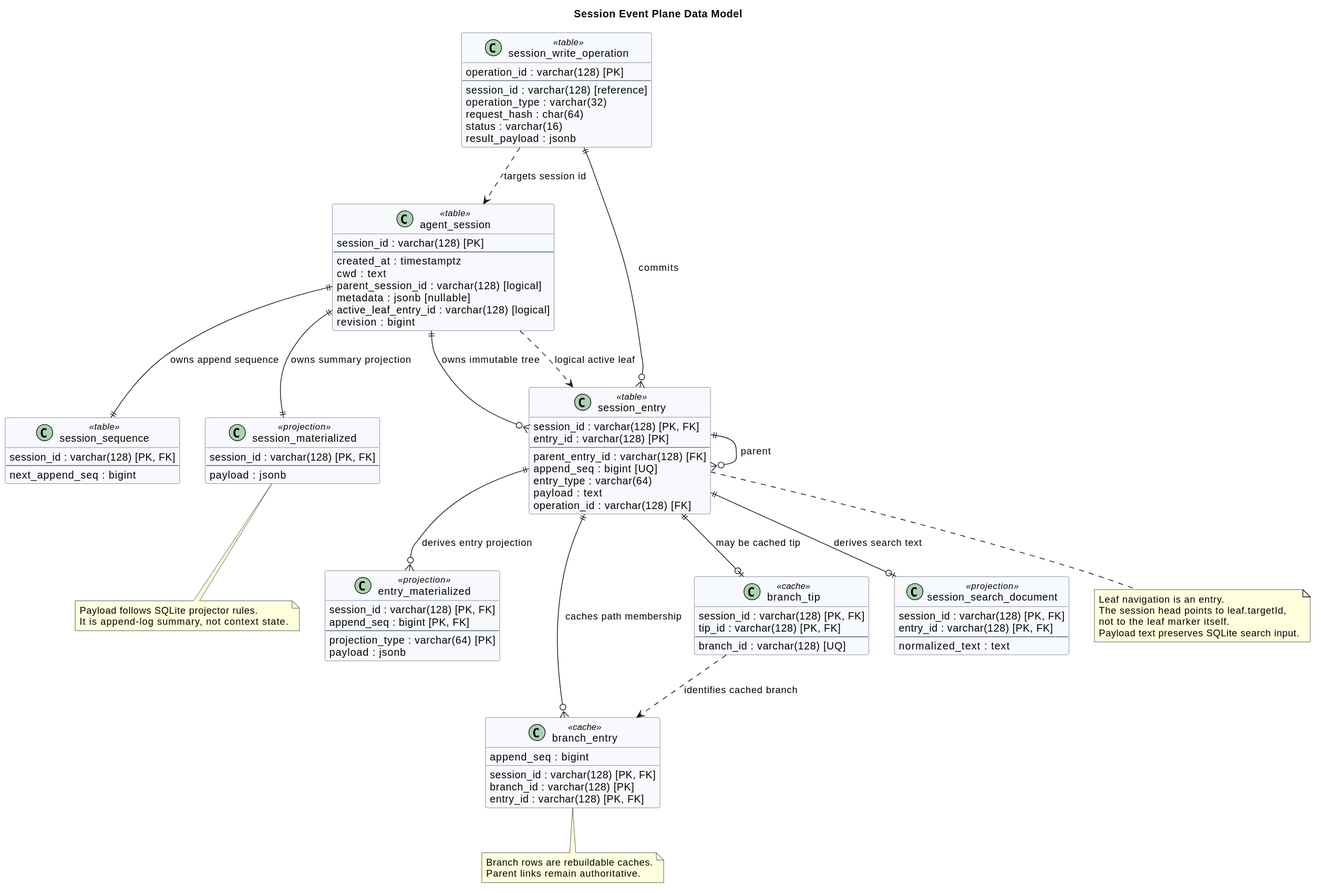
This is diagrams/memory/memory-data-model.svg from superheromeZzh/pi-mono-java-design, a PlantUML export, as it was before one commit.
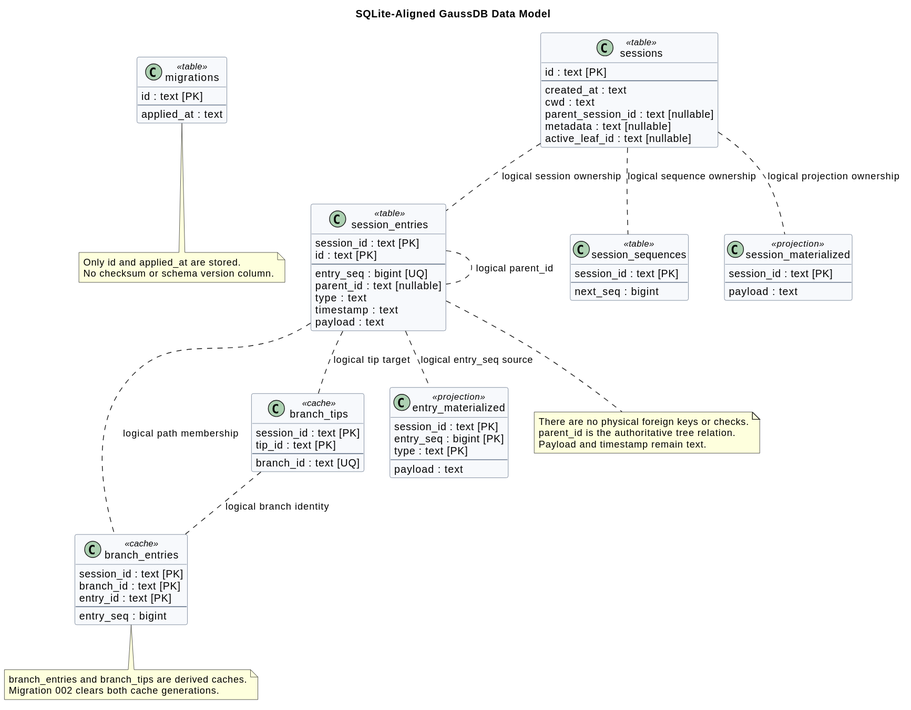
Later version of the same file.

Commit message:
docs(memory): match GaussDB schema to SQLite

Diff of the diagram source:
```diff
@@ -1,5 +1,5 @@
 @startuml
-title Session Event Plane Data Model
+title SQLite-Aligned GaussDB Data Model
 top to bottom direction
 
 skinparam backgroundColor #FFFFFF
@@ -9,106 +9,90 @@
 skinparam classBackgroundColor #F7F9FC
 
 
-class "agent_session" as agent_session <<table>> {
-  session_id : varchar(128) [PK]
+class "migrations" as migrations <<table>> {
+  id : text [PK]
   --
-  created_at : timestamptz
-  cwd : text
-  parent_session_id : varchar(128) [logical]
-  metadata : jsonb [nullable]
-  active_leaf_entry_id : varchar(128) [logical]
-  revision : bigint
+  applied_at : text
 }
 
-class "session_sequence" as session_sequence <<table>> {
-  session_id : varchar(128) [PK, FK]
+class "sessions" as sessions <<table>> {
+  id : text [PK]
   --
-  next_append_seq : bigint
+  created_at : text
+  cwd : text
+  parent_session_id : text [nullable]
+  metadata : text [nullable]
+  active_leaf_id : text [nullable]
+}
+
+class "session_entries" as session_entries <<table>> {
+  session_id : text [PK]
+  id : text [PK]
+  --
+  entry_seq : bigint [UQ]
+  parent_id : text [nullable]
+  type : text
+  timestamp : text
+  payload : text
+}
+
+class "session_sequences" as session_sequences <<table>> {
+  session_id : text [PK]
+  --
+  next_seq : bigint
+}
+
+class "branch_entries" as branch_entries <<cache>> {
+  session_id : text [PK]
+  branch_id : text [PK]
+  entry_id : text [PK]
+  --
+  entry_seq : bigint
+}
+
+class "branch_tips" as branch_tips <<cache>> {
+  session_id : text [PK]
+  tip_id : text [PK]
+  --
+  branch_id : text [UQ]
 }
 
 class "session_materialized" as session_materialized <<projection>> {
-  session_id : varchar(128) [PK, FK]
+  session_id : text [PK]
   --
-  payload : jsonb
-}
-
-class "session_entry" as session_entry <<table>> {
-  session_id : varchar(128) [PK, FK]
-  entry_id : varchar(128) [PK]
-  --
-  parent_entry_id : varchar(128) [FK]
-  append_seq : bigint [UQ]
-  entry_type : varchar(64)
   payload : text
-  operation_id : varchar(128) [FK]
-}
-
-class "session_write_operation" as write_operation <<table>> {
-  operation_id : varchar(128) [PK]
-  --
-  session_id : varchar(128) [reference]
-  operation_type : varchar(32)
-  request_hash : char(64)
-  status : varchar(16)
-  result_payload : jsonb
 }
 
 class "entry_materialized" as entry_materialized <<projection>> {
-  session_id : varchar(128) [PK, FK]
-  append_seq : bigint [PK, FK]
+  session_id : text [PK]
+  entry_seq : bigint [PK]
+  type : text [PK]
   --
-  projection_type : varchar(64) [PK]
-  payload : jsonb
+  payload : text
 }
 
-class "branch_entry" as branch_entry <<cache>> {
-  session_id : varchar(128) [PK, FK]
-  branch_id : varchar(128) [PK]
-  entry_id : varchar(128) [PK, FK]
-  append_seq : bigint
-}
+sessions .. session_entries : logical session ownership
+sessions .. session_sequences : logical sequence ownership
+sessions .. session_materialized : logical projection ownership
+session_entries .. session_entries : logical parent_id
+session_entries .. entry_materialized : logical entry_seq source
+session_entries .. branch_entries : logical path membership
+session_entries .. branch_tips : logical tip target
+branch_tips .. branch_entries : logical branch identity
 
-class "branch_tip" as branch_tip <<cache>> {
-  session_id : varchar(128) [PK, FK]
-  tip_id : varchar(128) [PK, FK]
-  --
-  branch_id : varchar(128) [UQ]
-}
-
-class "session_search_document" as search_document <<projection>> {
-  session_id : varchar(128) [PK, FK]
-  entry_id : varchar(128) [PK, FK]
-  --
-  normalized_text : text
-}
-
-agent_session ||--|| session_sequence : owns append sequence
-agent_session ||--|| session_materialized : owns summary projection
-agent_session ||--o{ session_entry : owns immutable tree
-write_operation ..> agent_session : targets session id
-session_entry ||--o{ session_entry : parent
-write_operation ||--o{ session_entry : commits
-session_entry ||--o{ entry_materialized : derives entry projection
-session_entry ||--o{ branch_entry : caches path membership
-session_entry ||--o| branch_tip : may be cached tip
-session_entry ||--o| search_document : derives search text
-branch_tip ..> branch_entry : identifies cached branch
-agent_session ..> session_entry : logical active leaf
-
-note bottom of session_entry
-Leaf navigation is an entry.
-The session head points to leaf.targetId,
-not to the leaf marker itself.
-Payload text preserves SQLite search input.
+note bottom of session_entries
+There are no physical foreign keys or checks.
+parent_id is the authoritative tree relation.
+Payload and timestamp remain text.
 end note
 
-note bottom of branch_entry
-Branch rows are rebuildable caches.
-Parent links remain authoritative.
+note bottom of branch_entries
+branch_entries and branch_tips are derived caches.
+Migration 002 clears both cache generations.
 end note
 
-note bottom of session_materialized
-Payload follows SQLite projector rules.
-It is append-log summary, not context state.
+note bottom of migrations
+Only id and applied_at are stored.
+No checksum or schema version column.
 end note
 @enduml
```
